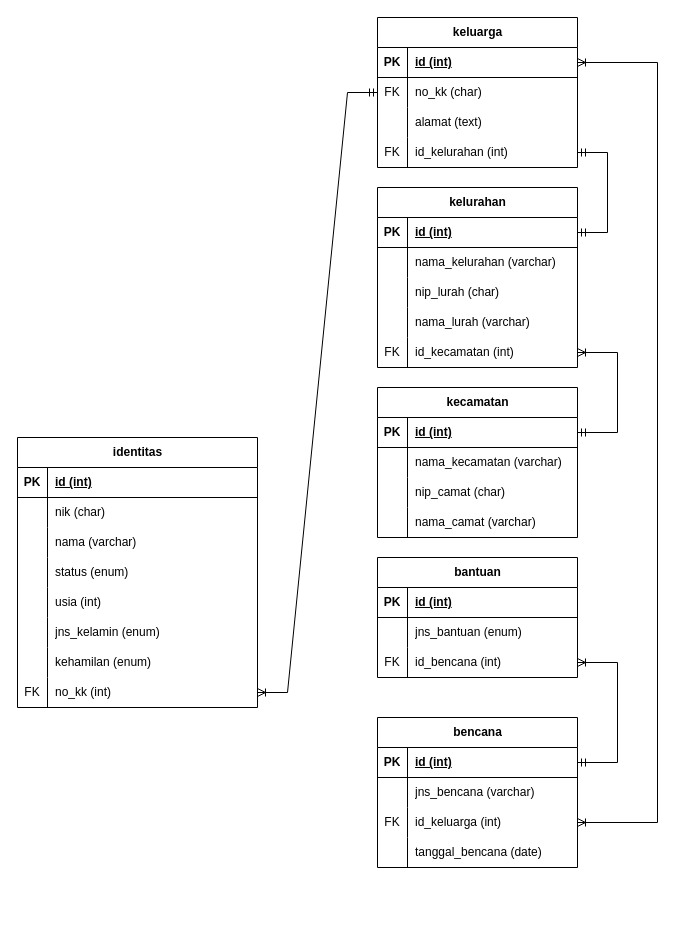
febrizuladhari/SuratBencana_TAGANA-Linjamsos-DinasSosial-MSIB6 keeps this draw.io diagram as Dokumen Dasar/ERD.drawio. Above is the earlier version. Source tidied: cells renumbered, new cells numbered last; positions are measured from the earlier drawing's top-left corner, leaving out a move shared by most shapes. Both pictures are drawn from the tidied source at 100%, with x=0, y=0 at pixel (17, 17).
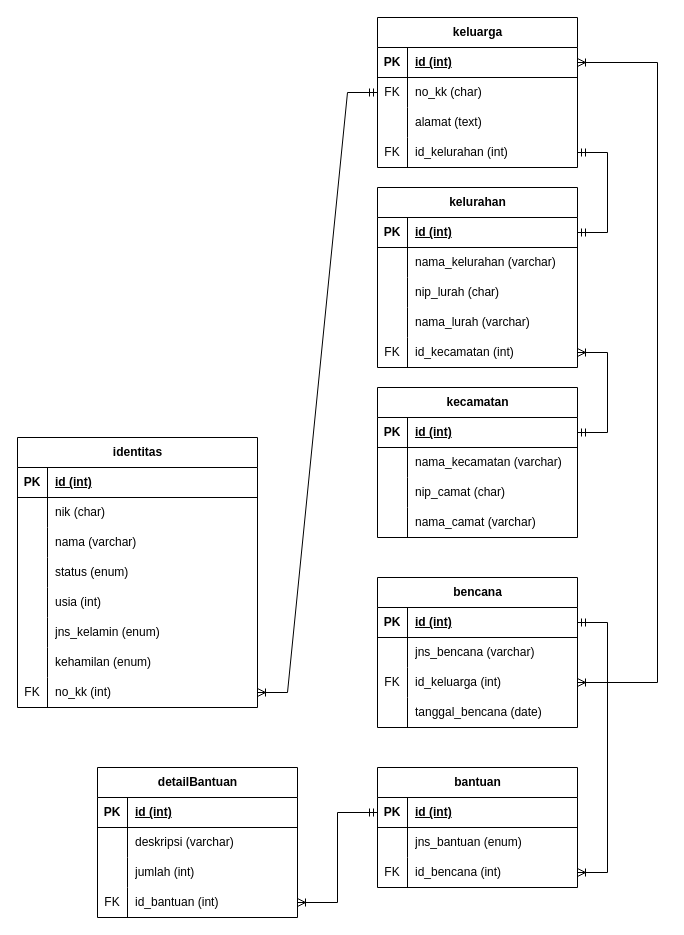
Above is the later version.

The change refers to these unchanged cells:
```xml
<mxCell id="40" style="shape=tableRow;horizontal=0;startSize=0;swimlaneHead=0;swimlaneBody=0;fillColor=none;points=[[0,0.5],[1,0.5]];portConstraint=eastwest;top=0;left=0;right=0;bottom=0;" parent="27" vertex="1">
  <mxGeometry y="150" width="200" height="30" as="geometry" />
</mxCell>
<mxCell id="44" style="shape=tableRow;horizontal=0;startSize=0;swimlaneHead=0;swimlaneBody=0;fillColor=none;points=[[0,0.5],[1,0.5]];portConstraint=eastwest;top=0;left=0;right=0;bottom=1;" parent="43" vertex="1">
  <mxGeometry y="30" width="200" height="30" as="geometry" />
</mxCell>
<mxCell id="57" style="shape=tableRow;horizontal=0;startSize=0;swimlaneHead=0;swimlaneBody=0;fillColor=none;points=[[0,0.5],[1,0.5]];portConstraint=eastwest;top=0;left=0;right=0;bottom=1;" parent="56" vertex="1">
  <mxGeometry y="30" width="200" height="30" as="geometry" />
</mxCell>
<mxCell id="63" style="shape=tableRow;horizontal=0;startSize=0;swimlaneHead=0;swimlaneBody=0;fillColor=none;points=[[0,0.5],[1,0.5]];portConstraint=eastwest;top=0;left=0;right=0;bottom=0;" parent="56" vertex="1">
  <mxGeometry y="90" width="200" height="30" as="geometry" />
</mxCell>
<mxCell id="69" style="shape=tableRow;horizontal=0;startSize=0;swimlaneHead=0;swimlaneBody=0;fillColor=none;points=[[0,0.5],[1,0.5]];portConstraint=eastwest;top=0;left=0;right=0;bottom=1;" parent="68" vertex="1">
  <mxGeometry y="30" width="200" height="30" as="geometry" />
</mxCell>
<mxCell id="83" style="shape=tableRow;horizontal=0;startSize=0;swimlaneHead=0;swimlaneBody=0;fillColor=none;points=[[0,0.5],[1,0.5]];portConstraint=eastwest;top=0;left=0;right=0;bottom=1;" parent="82" vertex="1">
  <mxGeometry y="30" width="200" height="30" as="geometry" />
</mxCell>
<mxCell id="89" style="shape=tableRow;horizontal=0;startSize=0;swimlaneHead=0;swimlaneBody=0;fillColor=none;points=[[0,0.5],[1,0.5]];portConstraint=eastwest;top=0;left=0;right=0;bottom=0;" parent="82" vertex="1">
  <mxGeometry y="90" width="200" height="30" as="geometry" />
</mxCell>
```

The edit, as a diff of the source:
```diff
@@
     <mxCell id="56" value="bantuan" style="shape=table;startSize=30;childLayout=tableLayout;rowLines=0;fontStyle=1;align=center;html=1;" parent="1" vertex="1">
-      <mxGeometry x="360" y="540" width="200" height="120" as="geometry" />
+      <mxGeometry x="360" y="750" width="200" height="120" as="geometry" />
     </mxCell>
@@
     <mxCell id="67" style="edgeStyle=orthogonalEdgeStyle;fontSize=12;html=1;endArrow=ERoneToMany;startArrow=ERmandOne;rounded=0;exitX=1;exitY=0.5;exitDx=0;exitDy=0;entryX=1;entryY=0.5;entryDx=0;entryDy=0;endFill=0;" parent="1" edge="1" source="44" target="40">
       <mxGeometry relative="1" as="geometry">
         <Array as="points">
-          <mxPoint x="600" y="415" />
-          <mxPoint x="600" y="335" />
+          <mxPoint x="590" y="415" />
+          <mxPoint x="590" y="335" />
         </Array>
       </mxGeometry>
     </mxCell>
@@
     <mxCell id="82" value="bencana" style="shape=table;startSize=30;childLayout=tableLayout;rowLines=0;fontStyle=1;align=center;html=1;" parent="1" vertex="1">
-      <mxGeometry x="360" y="700" width="200" height="150" as="geometry" />
+      <mxGeometry x="360" y="560" width="200" height="150" as="geometry" />
     </mxCell>
@@
-    <mxCell id="95" style="fontSize=12;html=1;endArrow=ERoneToMany;startArrow=ERmandOne;rounded=0;exitX=1;exitY=0.5;exitDx=0;exitDy=0;entryX=1;entryY=0.5;entryDx=0;entryDy=0;endFill=0;edgeStyle=orthogonalEdgeStyle;" parent="1" edge="1" source="83" target="63">
+    <mxCell id="95" style="fontSize=12;html=1;endArrow=ERoneToMany;startArrow=ERmandOne;rounded=0;endFill=0;edgeStyle=orthogonalEdgeStyle;exitX=1;exitY=0.5;exitDx=0;exitDy=0;entryX=1;entryY=0.5;entryDx=0;entryDy=0;" parent="1" edge="1" source="83" target="63">
       <mxGeometry relative="1" as="geometry">
         <Array as="points">
-          <mxPoint x="600" y="745" />
-          <mxPoint x="600" y="645" />
+          <mxPoint x="590" y="605" />
+          <mxPoint x="590" y="855" />
         </Array>
       </mxGeometry>
     </mxCell>
     <mxCell id="96" style="fontSize=12;html=1;endArrow=ERoneToMany;startArrow=ERoneToMany;rounded=0;endFill=0;edgeStyle=orthogonalEdgeStyle;entryX=1;entryY=0.5;entryDx=0;entryDy=0;exitX=1;exitY=0.5;exitDx=0;exitDy=0;startFill=0;" parent="1" edge="1" source="89" target="69">
       <mxGeometry relative="1" as="geometry">
         <Array as="points">
-          <mxPoint x="640" y="805" />
+          <mxPoint x="640" y="665" />
           <mxPoint x="640" y="45" />
         </Array>
       </mxGeometry>
     </mxCell>
+    <mxCell id="97" value="detailBantuan" style="shape=table;startSize=30;childLayout=tableLayout;rowLines=0;fontStyle=1;align=center;html=1;" parent="1" vertex="1">
+      <mxGeometry x="80" y="750" width="200" height="150" as="geometry" />
+    </mxCell>
+    <mxCell id="98" style="shape=tableRow;horizontal=0;startSize=0;swimlaneHead=0;swimlaneBody=0;fillColor=none;top=0;left=0;right=0;bottom=1;" parent="97" vertex="1">
+      <mxGeometry y="30" width="200" height="30" as="geometry" />
+    </mxCell>
+    <mxCell id="99" value="PK" style="shape=partialRectangle;fillColor=none;top=0;left=0;bottom=0;right=0;fontStyle=1;overflow=hidden;whiteSpace=wrap;html=1;" parent="98" vertex="1">
+      <mxGeometry width="30" height="30" as="geometry" />
+    </mxCell>
+    <mxCell id="100" value="id&amp;nbsp;(int)" style="shape=partialRectangle;fillColor=none;top=0;left=0;bottom=0;right=0;align=left;spacingLeft=6;fontStyle=5;overflow=hidden;whiteSpace=wrap;html=1;" parent="98" vertex="1">
+      <mxGeometry x="30" width="170" height="30" as="geometry" />
+    </mxCell>
+    <mxCell id="101" style="shape=tableRow;horizontal=0;startSize=0;swimlaneHead=0;swimlaneBody=0;fillColor=none;top=0;left=0;right=0;bottom=0;" parent="97" vertex="1">
+      <mxGeometry y="60" width="200" height="30" as="geometry" />
+    </mxCell>
+    <mxCell id="102" style="shape=partialRectangle;fillColor=none;top=0;left=0;bottom=0;right=0;overflow=hidden;whiteSpace=wrap;html=1;" parent="101" vertex="1">
+      <mxGeometry width="30" height="30" as="geometry" />
+    </mxCell>
+    <mxCell id="103" value="deskripsi (varchar)" style="shape=partialRectangle;fillColor=none;top=0;left=0;bottom=0;right=0;align=left;spacingLeft=6;overflow=hidden;whiteSpace=wrap;html=1;" parent="101" vertex="1">
+      <mxGeometry x="30" width="170" height="30" as="geometry" />
+    </mxCell>
+    <mxCell id="104" style="shape=tableRow;horizontal=0;startSize=0;swimlaneHead=0;swimlaneBody=0;fillColor=none;top=0;left=0;right=0;bottom=0;" parent="97" vertex="1">
+      <mxGeometry y="90" width="200" height="30" as="geometry" />
+    </mxCell>
+    <mxCell id="105" style="shape=partialRectangle;fillColor=none;top=0;left=0;bottom=0;right=0;overflow=hidden;whiteSpace=wrap;html=1;" parent="104" vertex="1">
+      <mxGeometry width="30" height="30" as="geometry" />
+    </mxCell>
+    <mxCell id="106" value="jumlah (int)" style="shape=partialRectangle;fillColor=none;top=0;left=0;bottom=0;right=0;align=left;spacingLeft=6;overflow=hidden;whiteSpace=wrap;html=1;" parent="104" vertex="1">
+      <mxGeometry x="30" width="170" height="30" as="geometry" />
+    </mxCell>
+    <mxCell id="107" style="shape=tableRow;horizontal=0;startSize=0;swimlaneHead=0;swimlaneBody=0;fillColor=none;points=[[0,0.5],[1,0.5]];portConstraint=eastwest;top=0;left=0;right=0;bottom=0;" parent="97" vertex="1">
+      <mxGeometry y="120" width="200" height="30" as="geometry" />
+    </mxCell>
+    <mxCell id="108" value="FK" style="shape=partialRectangle;fillColor=none;top=0;left=0;bottom=0;right=0;overflow=hidden;whiteSpace=wrap;html=1;" parent="107" vertex="1">
+      <mxGeometry width="30" height="30" as="geometry" />
+    </mxCell>
+    <mxCell id="109" value="id_bantuan (int)" style="shape=partialRectangle;fillColor=none;top=0;left=0;bottom=0;right=0;align=left;spacingLeft=6;overflow=hidden;whiteSpace=wrap;html=1;" parent="107" vertex="1">
+      <mxGeometry x="30" width="170" height="30" as="geometry" />
+    </mxCell>
+    <mxCell id="110" style="fontSize=12;html=1;endArrow=ERoneToMany;startArrow=ERmandOne;rounded=0;endFill=0;edgeStyle=orthogonalEdgeStyle;exitX=0;exitY=0.5;exitDx=0;exitDy=0;entryX=1;entryY=0.5;entryDx=0;entryDy=0;" parent="1" edge="1" source="57" target="107">
+      <mxGeometry relative="1" as="geometry" />
+    </mxCell>
```
